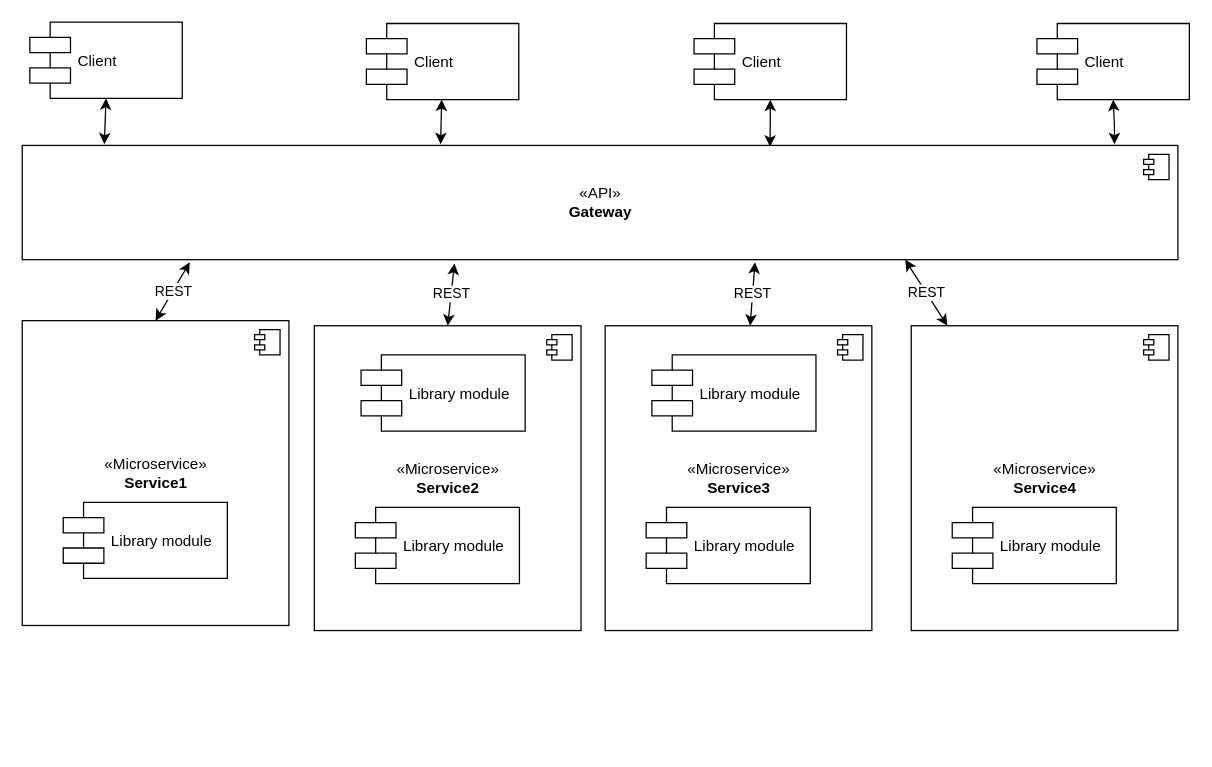
Above: microservicesMSG.drawio in TimothyDH/activitiinaction (draw.io), before the change. Source tidied: cells renumbered, new cells numbered last; positions are measured from the earlier drawing's top-left corner, leaving out a move shared by most shapes. Both pictures are drawn from the tidied source at 127%, with x=0, y=0 at pixel (22, 22).
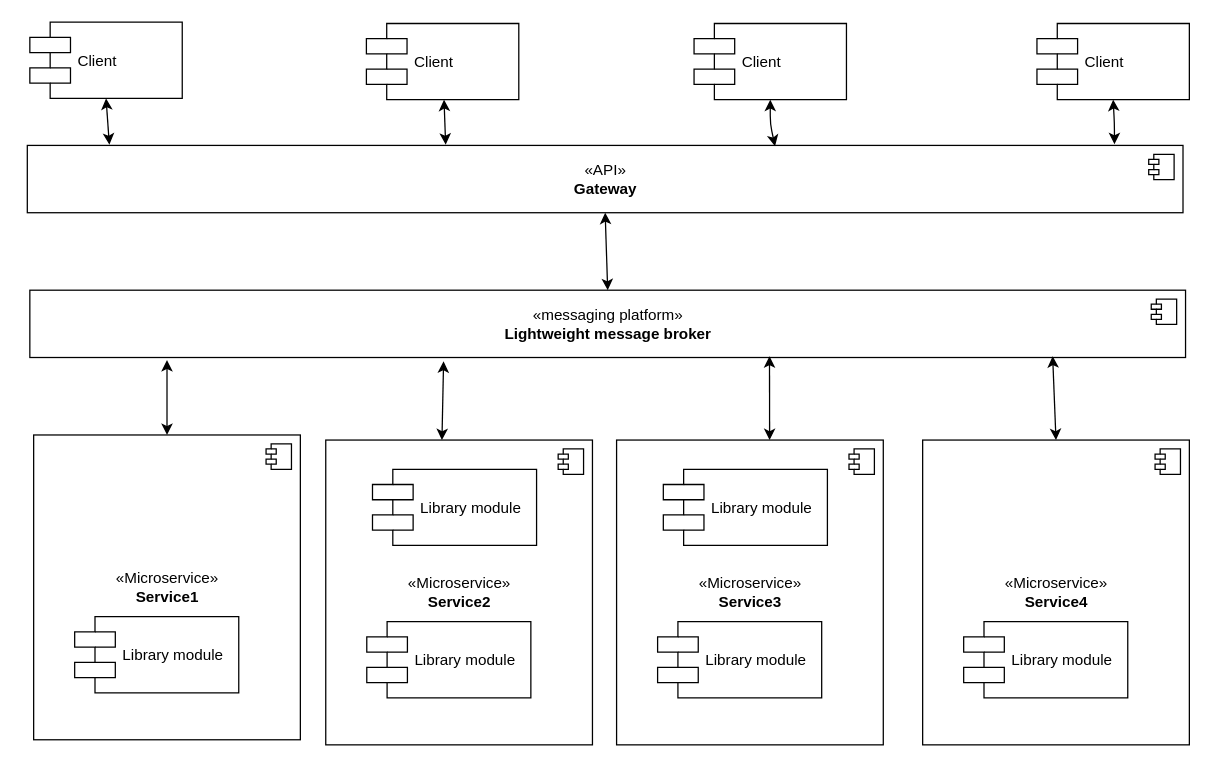
After the change.

What changed in the source:
```diff
@@
     <mxCell id="5" value="«API»&lt;br&gt;&lt;b&gt;Gateway&lt;/b&gt;" style="html=1;" parent="1" vertex="1">
-      <mxGeometry y="97" width="910" height="90" as="geometry" />
+      <mxGeometry x="4" y="97" width="910" height="53" as="geometry" />
     </mxCell>
@@
     <mxCell id="7" value="«Microservice»&lt;br&gt;&lt;b&gt;Service1&lt;/b&gt;" style="html=1;" parent="1" vertex="1">
-      <mxGeometry y="235" width="210" height="240" as="geometry" />
+      <mxGeometry x="9" y="325" width="210" height="240" as="geometry" />
     </mxCell>
@@
     <mxCell id="10" value="«Microservice»&lt;br&gt;&lt;b&gt;Service2&lt;/b&gt;" style="html=1;" parent="1" vertex="1">
-      <mxGeometry x="230" y="239" width="210" height="240" as="geometry" />
+      <mxGeometry x="239" y="329" width="210" height="240" as="geometry" />
     </mxCell>
@@
     <mxCell id="14" value="«Microservice»&lt;br&gt;&lt;b&gt;Service3&lt;/b&gt;" style="html=1;" parent="1" vertex="1">
-      <mxGeometry x="459" y="239" width="210" height="240" as="geometry" />
+      <mxGeometry x="468" y="329" width="210" height="240" as="geometry" />
     </mxCell>
@@
     <mxCell id="19" value="«Microservice»&lt;br&gt;&lt;b&gt;Service4&lt;/b&gt;" style="html=1;" parent="1" vertex="1">
-      <mxGeometry x="700" y="239" width="210" height="240" as="geometry" />
+      <mxGeometry x="709" y="329" width="210" height="240" as="geometry" />
     </mxCell>
@@
-    <mxCell id="26" value="REST" style="endArrow=classic;startArrow=classic;html=1;exitX=0.5;exitY=0;exitDx=0;exitDy=0;entryX=0.145;entryY=1.022;entryDx=0;entryDy=0;entryPerimeter=0;" parent="1" edge="1" source="7" target="5">
-      <mxGeometry relative="1" as="geometry" />
-    </mxCell>
-    <mxCell id="27" value="REST" style="endArrow=classic;startArrow=classic;html=1;exitX=0.5;exitY=0;exitDx=0;exitDy=0;entryX=0.374;entryY=1.033;entryDx=0;entryDy=0;entryPerimeter=0;" parent="1" edge="1" source="10" target="5">
-      <mxGeometry relative="1" as="geometry" />
-    </mxCell>
-    <mxCell id="28" value="REST" style="endArrow=classic;startArrow=classic;html=1;" parent="1" edge="1" source="14">
-      <mxGeometry relative="1" as="geometry">
-        <mxPoint x="577" y="189" as="targetPoint" />
-      </mxGeometry>
-    </mxCell>
-    <mxCell id="29" value="REST" style="endArrow=classic;startArrow=classic;html=1;entryX=0.764;entryY=1;entryDx=0;entryDy=0;entryPerimeter=0;" parent="1" edge="1" source="19" target="5">
-      <mxGeometry relative="1" as="geometry" />
-    </mxCell>
+    <mxCell id="30" value="«messaging platform»&lt;br&gt;&lt;b&gt;Lightweight message broker&lt;/b&gt;" style="html=1;" parent="1" vertex="1">
+      <mxGeometry x="6" y="211" width="910" height="53" as="geometry" />
+    </mxCell>
+    <mxCell id="31" style="shape=component;jettyWidth=8;jettyHeight=4;" parent="30" vertex="1">
+      <mxGeometry x="1" width="20" height="20" relative="1" as="geometry">
+        <mxPoint x="-27" y="7" as="offset" />
+      </mxGeometry>
+    </mxCell>
+    <mxCell id="32" style="endArrow=classic;startArrow=classic;html=1;exitX=0.5;exitY=0;exitDx=0;exitDy=0;entryX=0.5;entryY=1;entryDx=0;entryDy=0;" parent="1" edge="1" source="30" target="5">
+      <mxGeometry relative="1" as="geometry" />
+    </mxCell>
+    <mxCell id="33" style="endArrow=classic;startArrow=classic;html=1;exitX=0.5;exitY=0;exitDx=0;exitDy=0;" parent="1" edge="1" source="7">
+      <mxGeometry relative="1" as="geometry">
+        <mxPoint x="114" y="266" as="targetPoint" />
+      </mxGeometry>
+    </mxCell>
+    <mxCell id="34" style="endArrow=classic;startArrow=classic;html=1;exitX=0.5;exitY=0;exitDx=0;exitDy=0;entryX=0.358;entryY=1.057;entryDx=0;entryDy=0;entryPerimeter=0;" parent="1" edge="1" target="30">
+      <mxGeometry relative="1" as="geometry">
+        <mxPoint x="330.5" y="329" as="sourcePoint" />
+      </mxGeometry>
+    </mxCell>
+    <mxCell id="35" style="endArrow=classic;startArrow=classic;html=1;exitX=0.5;exitY=0;exitDx=0;exitDy=0;entryX=0.64;entryY=0.981;entryDx=0;entryDy=0;entryPerimeter=0;" parent="1" edge="1" target="30">
+      <mxGeometry relative="1" as="geometry">
+        <mxPoint x="588.5" y="329" as="sourcePoint" />
+      </mxGeometry>
+    </mxCell>
+    <mxCell id="36" style="endArrow=classic;startArrow=classic;html=1;exitX=0.5;exitY=0;exitDx=0;exitDy=0;entryX=0.885;entryY=0.981;entryDx=0;entryDy=0;entryPerimeter=0;" parent="1" edge="1" source="19" target="30">
+      <mxGeometry relative="1" as="geometry" />
+    </mxCell>
```
